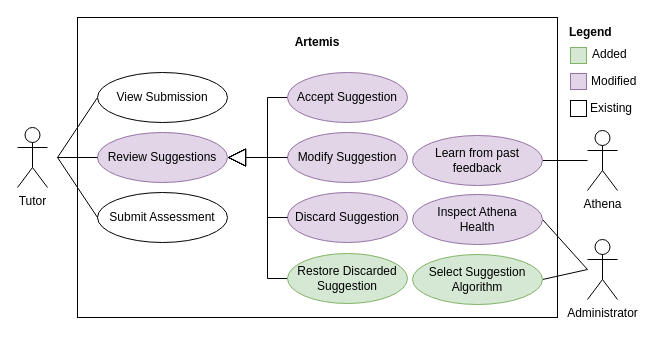
pal03377/master-thesis keeps this draw.io diagram as page "artemis" (1 of 3) of figures/src/use-case.drawio. Above is the earlier version. Source tidied: cells renumbered, new cells numbered last; positions are measured from the earlier drawing's top-left corner, leaving out a move shared by most shapes. Both pictures are drawn from the tidied source at 100%, with x=0, y=0 at pixel (17, 17).
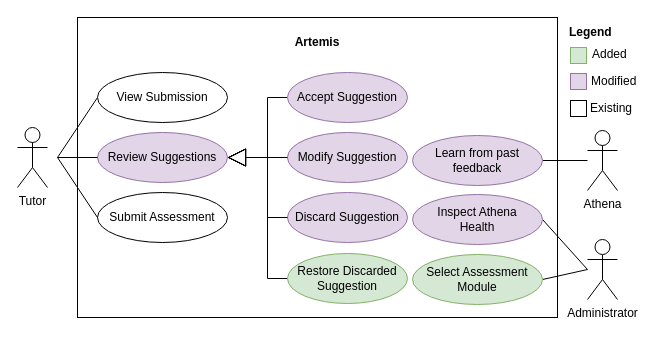
Above is the later version.

Diff of the diagram source:
```diff
@@
-    <mxCell id="34" value="Select Suggestion Algorithm" style="ellipse;whiteSpace=wrap;html=1;fillColor=#d5e8d4;strokeColor=#82b366;" parent="1" vertex="1">
+    <mxCell id="34" value="Select Assessment Module" style="ellipse;whiteSpace=wrap;html=1;fillColor=#d5e8d4;strokeColor=#82b366;" parent="1" vertex="1">
       <mxGeometry x="395" y="237" width="130" height="50" as="geometry" />
     </mxCell>
```
